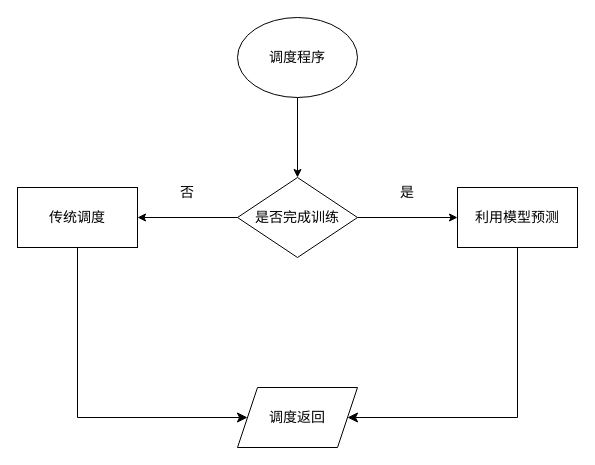
Before: 调度程序在训练期间的流程图.drawio in satadriver/essay, a draw.io diagram. Source tidied: cells renumbered, new cells numbered last; positions are measured from the earlier drawing's top-left corner, leaving out a move shared by most shapes. Both pictures are drawn from the tidied source at 100%, with x=0, y=0 at pixel (17, 17).
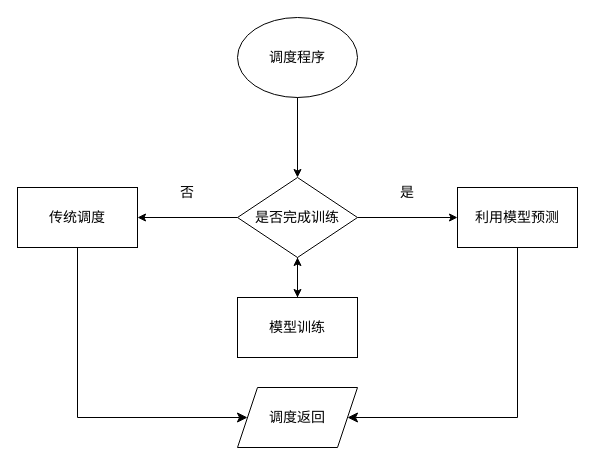
The same page after the edit.

The change refers to these unchanged cells:
```xml
<mxCell id="6" value="是否完成训练" style="rhombus;whiteSpace=wrap;html=1;shapeInside=1;fontSize=14;fontFamily=宋体;" parent="1" vertex="1">
  <mxGeometry x="220" y="160" width="120" height="80" as="geometry" />
</mxCell>
```

What changed in the source:
```diff
@@
+    <mxCell id="14" value="模型训练" style="rounded=0;whiteSpace=wrap;html=1;fontFamily=宋体;fontSize=14;" parent="1" vertex="1">
+      <mxGeometry x="220" y="280" width="120" height="60" as="geometry" />
+    </mxCell>
+    <mxCell id="15" style="edgeStyle=orthogonalEdgeStyle;rounded=0;jettySize=auto;html=1;fontFamily=宋体;fontSize=14;entryX=0.5;entryY=0;entryDx=0;entryDy=0;exitX=0.5;exitY=1;exitDx=0;exitDy=0;" parent="1" edge="1" source="6" target="14">
+      <mxGeometry relative="1" as="geometry" />
+    </mxCell>
+    <mxCell id="16" style="endArrow=classic;html=1;rounded=0;exitX=0.5;exitY=0;exitDx=0;exitDy=0;" parent="1" edge="1" source="14" target="6">
+      <mxGeometry relative="1" as="geometry" />
+    </mxCell>
```
